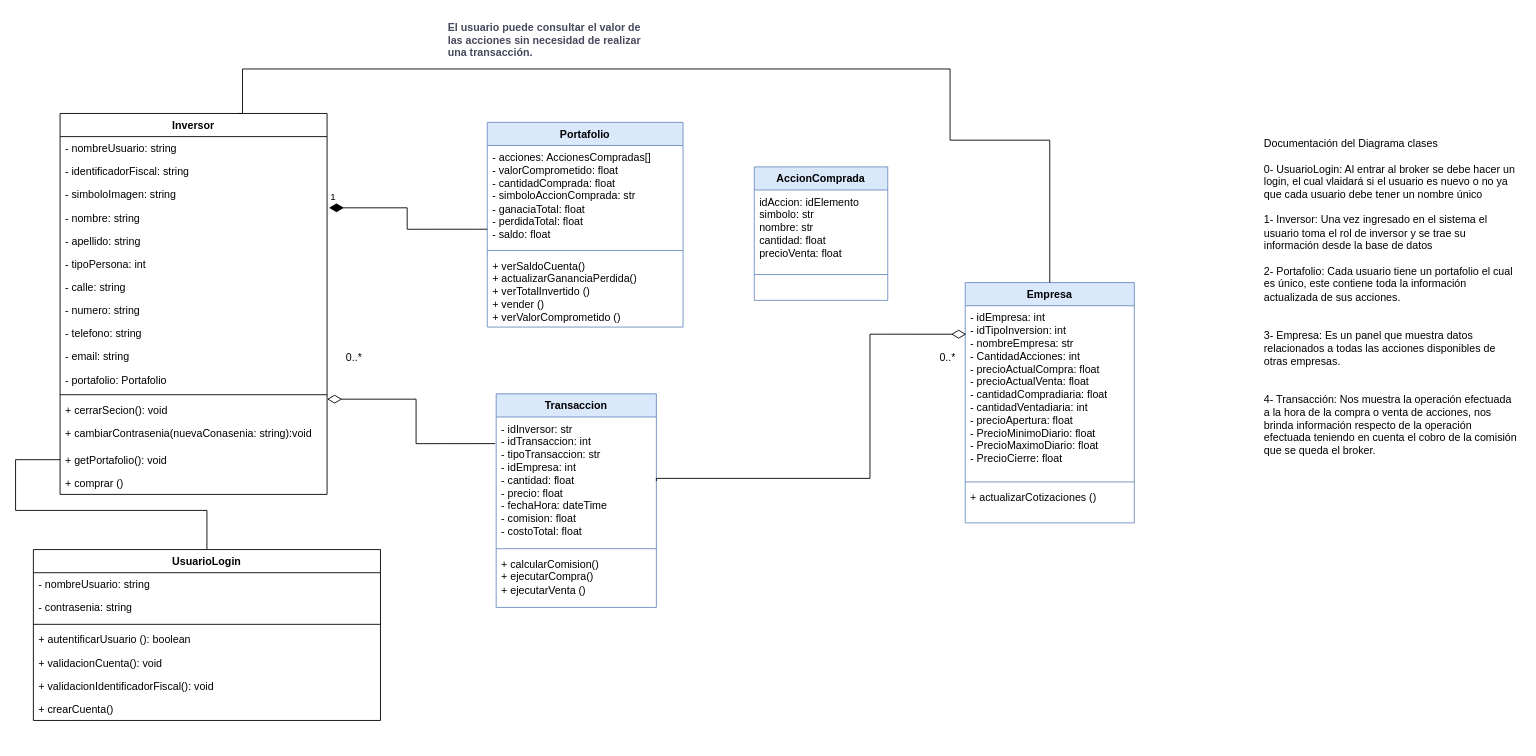
Above: page "Página-2" (2 of 2) of Documentación/Diagrama-de-Clases.drawio in INNOVAcodersISPC/ARGBroker (draw.io), before the change. Source tidied: cells renumbered, new cells numbered last; positions are measured from the earlier drawing's top-left corner, leaving out a move shared by most shapes. Both pictures are drawn from the tidied source at 89%, with x=0, y=0 at pixel (33, 15).
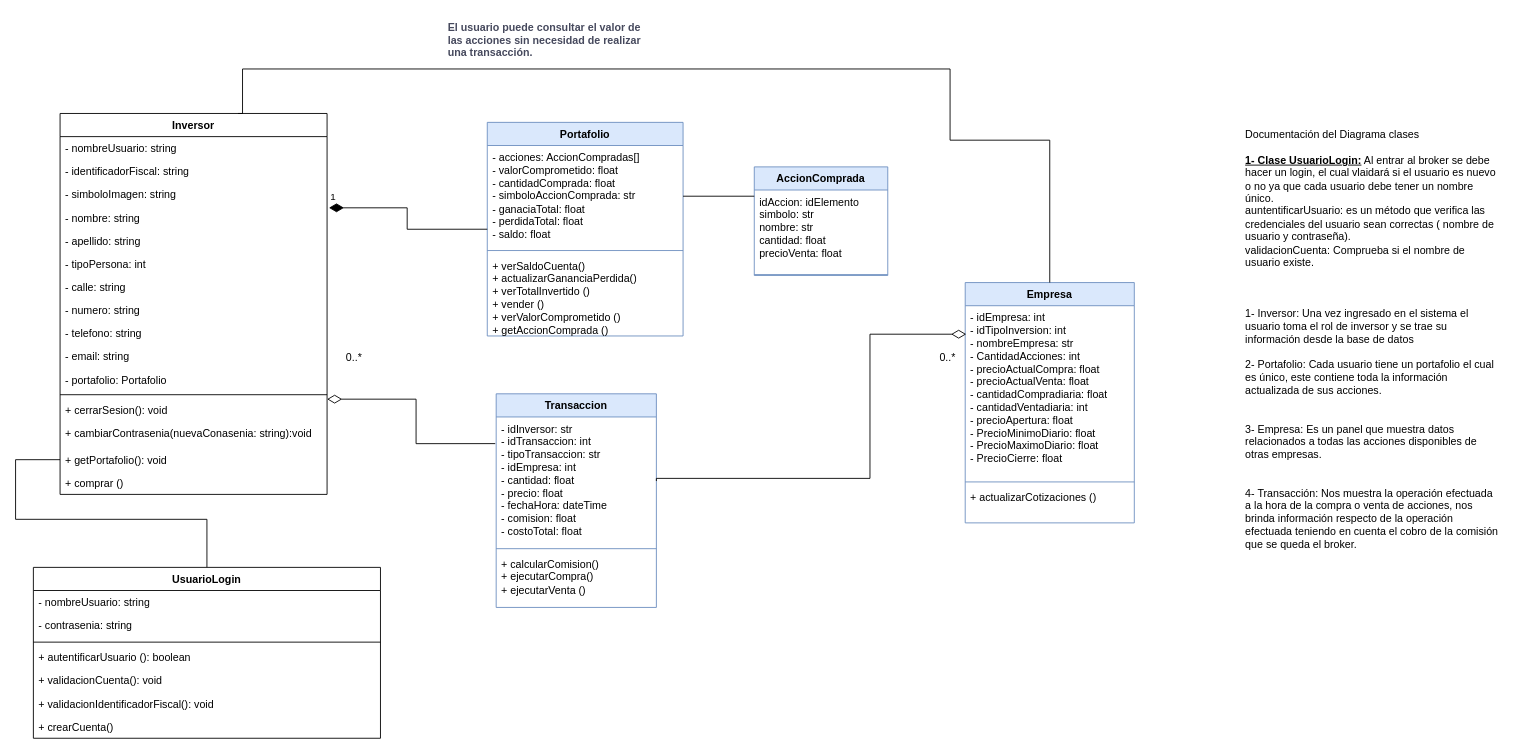
After the change.

The change refers to these unchanged cells:
```xml
<mxCell id="11" value="&lt;div style=&quot;text-wrap: nowrap;&quot;&gt;&lt;span style=&quot;background-color: initial;&quot;&gt;- idInversor: str&lt;/span&gt;&lt;br&gt;&lt;/div&gt;&lt;div style=&quot;text-wrap: nowrap;&quot;&gt;&lt;div&gt;- idTransaccion: int&lt;br&gt;&lt;/div&gt;&lt;div&gt;- tipoTransaccion: str&lt;br&gt;&lt;/div&gt;&lt;div&gt;- idEmpresa: int&lt;br&gt;&lt;/div&gt;&lt;div&gt;- cantidad: float&lt;/div&gt;&lt;div&gt;- precio: float&lt;br&gt;&lt;/div&gt;&lt;div&gt;- fechaHora: dateTime&lt;br&gt;&lt;/div&gt;&lt;div&gt;- comision: float&lt;br&gt;&lt;/div&gt;&lt;div&gt;- costoTotal: float&lt;br&gt;&lt;/div&gt;&lt;div&gt;&lt;br&gt;&lt;/div&gt;&lt;div&gt;&amp;nbsp;&lt;/div&gt;&lt;div&gt;&lt;br&gt;&lt;/div&gt;&lt;div&gt;&lt;br&gt;&lt;/div&gt;&lt;div&gt;&lt;br&gt;&lt;/div&gt;&lt;/div&gt;" style="text;strokeColor=none;fillColor=none;align=left;verticalAlign=top;spacingLeft=4;spacingRight=4;overflow=hidden;points=[[0,0.5],[1,0.5]];portConstraint=eastwest;whiteSpace=wrap;html=1;" parent="10" vertex="1">
  <mxGeometry y="26" width="180" height="144" as="geometry" />
</mxCell>
<mxCell id="29" value="Inversor" style="swimlane;fontStyle=1;align=center;verticalAlign=top;horizontal=1;startSize=26;whiteSpace=wrap;html=1;" parent="1" vertex="1">
  <mxGeometry x="30" y="110" width="300" height="428" as="geometry" />
</mxCell>
<mxCell id="49" value="&lt;div style=&quot;text-wrap: nowrap;&quot;&gt;idAccion: idElemento&lt;/div&gt;&lt;div style=&quot;text-wrap: nowrap;&quot;&gt;simbolo: str&lt;/div&gt;&lt;div style=&quot;text-wrap: nowrap;&quot;&gt;nombre: str&lt;/div&gt;&lt;div style=&quot;text-wrap: nowrap;&quot;&gt;cantidad: float&lt;/div&gt;&lt;div style=&quot;text-wrap: nowrap;&quot;&gt;precioVenta: float&lt;/div&gt;" style="text;strokeColor=none;fillColor=none;align=left;verticalAlign=top;spacingLeft=4;spacingRight=4;overflow=hidden;points=[[0,0.5],[1,0.5]];portConstraint=eastwest;whiteSpace=wrap;html=1;" parent="48" vertex="1">
  <mxGeometry y="26" width="150" height="94" as="geometry" />
</mxCell>
```

Diff of the diagram source:
```diff
@@
     <mxCell id="6" value="Portafolio" style="swimlane;fontStyle=1;align=center;verticalAlign=top;horizontal=1;startSize=26;whiteSpace=wrap;html=1;fillColor=#dae8fc;strokeColor=#6c8ebf;" parent="1" vertex="1">
-      <mxGeometry x="510" y="120" width="220" height="230" as="geometry" />
+      <mxGeometry x="510" y="120" width="220" height="240" as="geometry" />
     </mxCell>
-    <mxCell id="7" value="&lt;div style=&quot;text-wrap: nowrap;&quot;&gt;&lt;span style=&quot;background-color: initial;&quot;&gt;- acciones: AccionesCompradas[]&lt;/span&gt;&lt;br&gt;&lt;/div&gt;&lt;div style=&quot;text-wrap: nowrap;&quot;&gt;&lt;div&gt;- valorComprometido: float&lt;/div&gt;&lt;div&gt;- cantidadComprada: float&lt;/div&gt;&lt;div&gt;- simboloAccionComprada: str&lt;/div&gt;&lt;div&gt;- ganaciaTotal: float&lt;/div&gt;&lt;div&gt;- perdidaTotal: float&lt;/div&gt;&lt;div&gt;- saldo: float&lt;/div&gt;&lt;/div&gt;" style="text;strokeColor=none;fillColor=none;align=left;verticalAlign=top;spacingLeft=4;spacingRight=4;overflow=hidden;points=[[0,0.5],[1,0.5]];portConstraint=eastwest;whiteSpace=wrap;html=1;" parent="6" vertex="1">
+    <mxCell id="7" value="&lt;div style=&quot;text-wrap: nowrap;&quot;&gt;&lt;span style=&quot;background-color: initial;&quot;&gt;- acciones: AccionCompradas[]&lt;/span&gt;&lt;br&gt;&lt;/div&gt;&lt;div style=&quot;text-wrap: nowrap;&quot;&gt;&lt;div&gt;- valorComprometido: float&lt;/div&gt;&lt;div&gt;- cantidadComprada: float&lt;/div&gt;&lt;div&gt;- simboloAccionComprada: str&lt;/div&gt;&lt;div&gt;- ganaciaTotal: float&lt;/div&gt;&lt;div&gt;- perdidaTotal: float&lt;/div&gt;&lt;div&gt;- saldo: float&lt;/div&gt;&lt;/div&gt;" style="text;strokeColor=none;fillColor=none;align=left;verticalAlign=top;spacingLeft=4;spacingRight=4;overflow=hidden;points=[[0,0.5],[1,0.5]];portConstraint=eastwest;whiteSpace=wrap;html=1;" parent="6" vertex="1">
       <mxGeometry y="26" width="220" height="114" as="geometry" />
     </mxCell>
@@
-    <mxCell id="9" value="+ verSaldoCuenta()&lt;div&gt;+ actualizarGananciaPerdida()&lt;/div&gt;&lt;div&gt;+ verTotalInvertido ()&lt;/div&gt;&lt;div&gt;+ vender ()&lt;/div&gt;&lt;div&gt;+ verValorComprometido ()&lt;br&gt;&lt;div&gt;&lt;br&gt;&lt;/div&gt;&lt;/div&gt;&lt;div&gt;&lt;br&gt;&lt;/div&gt;&lt;div&gt;&lt;br&gt;&lt;/div&gt;&lt;div&gt;&lt;br&gt;&lt;/div&gt;" style="text;strokeColor=none;fillColor=none;align=left;verticalAlign=top;spacingLeft=4;spacingRight=4;overflow=hidden;whiteSpace=wrap;html=1;" parent="6" vertex="1">
-      <mxGeometry y="148" width="220" height="82" as="geometry" />
+    <mxCell id="9" value="+ verSaldoCuenta()&lt;div&gt;+ actualizarGananciaPerdida()&lt;/div&gt;&lt;div&gt;+ verTotalInvertido ()&lt;/div&gt;&lt;div&gt;+ vender ()&lt;/div&gt;&lt;div&gt;+ verValorComprometido ()&lt;/div&gt;&lt;div&gt;+ getAccionComprada ()&lt;br&gt;&lt;div&gt;&lt;br&gt;&lt;/div&gt;&lt;/div&gt;&lt;div&gt;&lt;br&gt;&lt;/div&gt;&lt;div&gt;&lt;br&gt;&lt;/div&gt;&lt;div&gt;&lt;br&gt;&lt;/div&gt;" style="text;strokeColor=none;fillColor=none;align=left;verticalAlign=top;spacingLeft=4;spacingRight=4;overflow=hidden;whiteSpace=wrap;html=1;" parent="6" vertex="1">
+      <mxGeometry y="148" width="220" height="92" as="geometry" />
     </mxCell>
@@
-    <mxCell id="14" value="Documentación del Diagrama clases&lt;div&gt;&lt;br&gt;&lt;/div&gt;&lt;div&gt;0- UsuarioLogin: Al entrar al broker se debe hacer un login, el cual vlaidará si el usuario es nuevo o no ya que cada usuario debe tener un nombre único&lt;/div&gt;&lt;div&gt;&lt;br&gt;&lt;/div&gt;&lt;div&gt;1- Inversor: Una vez ingresado en el sistema el usuario toma el rol de inversor y se trae su información desde la base de datos&lt;/div&gt;&lt;div&gt;&lt;br&gt;&lt;/div&gt;&lt;div&gt;2- Portafolio: Cada usuario tiene un portafolio el cual es único, este contiene toda la información actualizada de sus acciones.&lt;br&gt;&lt;/div&gt;&lt;div&gt;&lt;br&gt;&lt;/div&gt;&lt;div&gt;&lt;br&gt;&lt;/div&gt;&lt;div&gt;3- Empresa: Es un panel que muestra datos relacionados a todas las acciones disponibles de otras empresas.&lt;/div&gt;&lt;div&gt;&lt;br&gt;&lt;/div&gt;&lt;div&gt;&lt;br&gt;&lt;/div&gt;&lt;div&gt;4- Transacción: Nos muestra la operación efectuada a la hora de la compra o venta de acciones, nos brinda información respecto de la operación efectuada teniendo en cuenta el cobro de la comisión que se queda el broker.&lt;/div&gt;" style="text;whiteSpace=wrap;html=1;" parent="1" vertex="1">
-      <mxGeometry x="1381" y="130" width="290" height="460" as="geometry" />
+    <mxCell id="14" value="Documentación del Diagrama clases&lt;div&gt;&lt;br&gt;&lt;/div&gt;&lt;div&gt;&lt;b&gt;&lt;u&gt;1- Clase UsuarioLogin:&lt;/u&gt;&lt;/b&gt; Al entrar al broker se debe hacer un login, el cual vlaidará si el usuario es nuevo o no ya que cada usuario debe tener un nombre único.&amp;nbsp;&lt;/div&gt;&lt;div&gt;auntentificarUsuario: es un método que verifica las credenciales del usuario sean correctas ( nombre de usuario y contraseña).&amp;nbsp;&lt;/div&gt;&lt;div&gt;validacionCuenta: Comprueba si el nombre de usuario existe.&lt;/div&gt;&lt;div&gt;&lt;br&gt;&lt;/div&gt;&lt;div&gt;&lt;br&gt;&lt;/div&gt;&lt;div&gt;&lt;br&gt;&lt;/div&gt;&lt;div&gt;1- Inversor: Una vez ingresado en el sistema el usuario toma el rol de inversor y se trae su información desde la base de datos&lt;/div&gt;&lt;div&gt;&lt;br&gt;&lt;/div&gt;&lt;div&gt;2- Portafolio: Cada usuario tiene un portafolio el cual es único, este contiene toda la información actualizada de sus acciones.&lt;br&gt;&lt;/div&gt;&lt;div&gt;&lt;br&gt;&lt;/div&gt;&lt;div&gt;&lt;br&gt;&lt;/div&gt;&lt;div&gt;3- Empresa: Es un panel que muestra datos relacionados a todas las acciones disponibles de otras empresas.&lt;/div&gt;&lt;div&gt;&lt;br&gt;&lt;/div&gt;&lt;div&gt;&lt;br&gt;&lt;/div&gt;&lt;div&gt;4- Transacción: Nos muestra la operación efectuada a la hora de la compra o venta de acciones, nos brinda información respecto de la operación efectuada teniendo en cuenta el cobro de la comisión que se queda el broker.&lt;/div&gt;" style="text;whiteSpace=wrap;html=1;" parent="1" vertex="1">
+      <mxGeometry x="1360" y="120" width="290" height="460" as="geometry" />
     </mxCell>
@@
     <mxCell id="16" style="edgeStyle=orthogonalEdgeStyle;rounded=0;jettySize=auto;html=1;entryX=-0.006;entryY=0.208;entryDx=0;entryDy=0;entryPerimeter=0;endArrow=none;endFill=0;startArrow=diamondThin;startFill=0;endSize=12;startSize=14;exitX=1;exitY=0.75;exitDx=0;exitDy=0;" parent="1" edge="1" source="29" target="11">
-      <mxGeometry relative="1" as="geometry" />
+      <mxGeometry relative="1" as="geometry">
+        <Array as="points">
+          <mxPoint x="430" y="431" />
+          <mxPoint x="430" y="481" />
+        </Array>
+      </mxGeometry>
     </mxCell>
@@
     <mxCell id="21" value="UsuarioLogin" style="swimlane;fontStyle=1;align=center;verticalAlign=top;horizontal=1;startSize=26;whiteSpace=wrap;html=1;" parent="1" vertex="1">
-      <mxGeometry y="600" width="390" height="192" as="geometry" />
+      <mxGeometry y="620" width="390" height="192" as="geometry" />
     </mxCell>
@@
-    <mxCell id="42" value="+ cerrarSecion(): void" style="text;strokeColor=none;fillColor=none;align=left;verticalAlign=top;spacingLeft=4;spacingRight=4;overflow=hidden;whiteSpace=wrap;html=1;" parent="29" vertex="1">
+    <mxCell id="42" value="+ cerrarSesion(): void" style="text;strokeColor=none;fillColor=none;align=left;verticalAlign=top;spacingLeft=4;spacingRight=4;overflow=hidden;whiteSpace=wrap;html=1;" parent="29" vertex="1">
       <mxGeometry y="320" width="300" height="26" as="geometry" />
     </mxCell>
@@
     <mxCell id="48" value="AccionComprada" style="swimlane;fontStyle=1;align=center;verticalAlign=top;horizontal=1;startSize=26;whiteSpace=wrap;html=1;fillColor=#dae8fc;strokeColor=#6c8ebf;" parent="1" vertex="1">
-      <mxGeometry x="810" y="170" width="150" height="150" as="geometry" />
+      <mxGeometry x="810" y="170" width="150" height="122" as="geometry" />
     </mxCell>
@@
-    <mxCell id="51" value="&lt;div&gt;&lt;br&gt;&lt;/div&gt;" style="text;strokeColor=none;fillColor=none;align=left;verticalAlign=top;spacingLeft=4;spacingRight=4;overflow=hidden;whiteSpace=wrap;html=1;" parent="48" vertex="1">
-      <mxGeometry y="122" width="150" height="28" as="geometry" />
-    </mxCell>
+    <mxCell id="52" style="edgeStyle=orthogonalEdgeStyle;rounded=0;jettySize=auto;html=1;entryX=0;entryY=0.074;entryDx=0;entryDy=0;entryPerimeter=0;endArrow=none;endFill=0;" parent="1" edge="1" source="7" target="49">
+      <mxGeometry relative="1" as="geometry" />
+    </mxCell>
```
